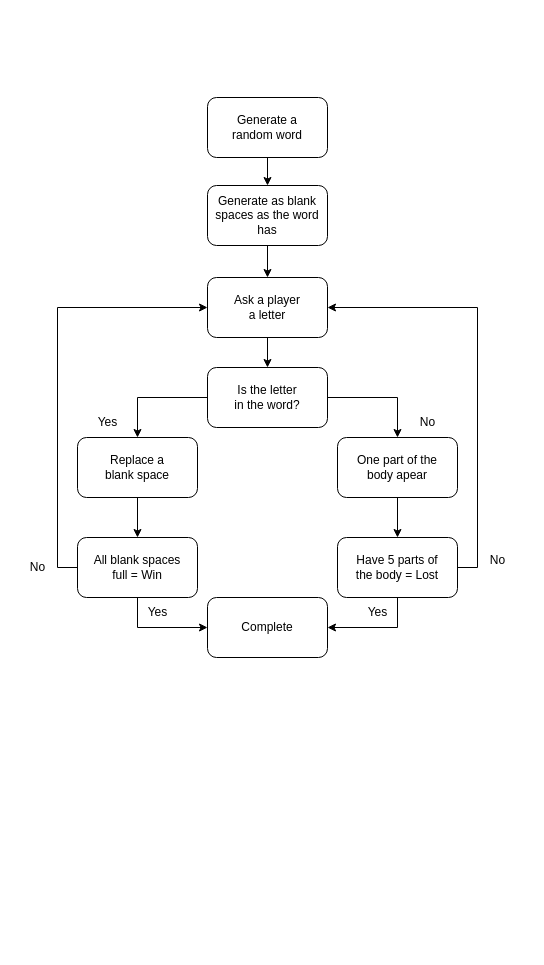
Above: el_ahorcado.drawio in emiliomorles/diagrams.net (draw.io), before the change. Source tidied: cells renumbered, new cells numbered last; positions are measured from the earlier drawing's top-left corner, leaving out a move shared by most shapes. Both pictures are drawn from the tidied source at 100%, with x=0, y=0 at pixel (17, 97).
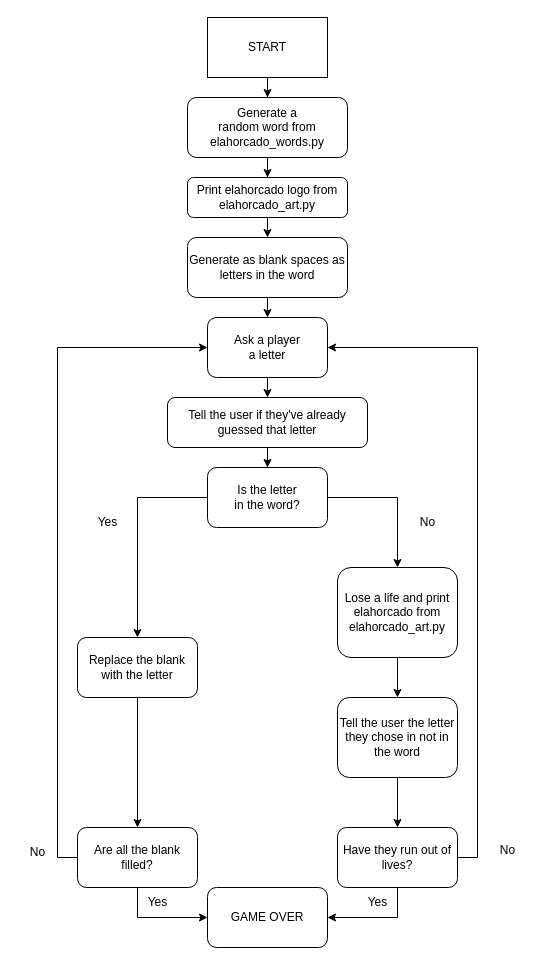
After the change.

Diff of the diagram source:
```diff
@@
-    <mxCell id="3" value="&lt;div&gt;Generate as blank spaces as the word has&lt;/div&gt;" style="rounded=1;whiteSpace=wrap;html=1;" parent="1" vertex="1">
-      <mxGeometry x="190" y="88" width="120" height="60" as="geometry" />
+    <mxCell id="3" value="&lt;div&gt;Generate as blank spaces as letters in the word&lt;/div&gt;" style="rounded=1;whiteSpace=wrap;html=1;" parent="1" vertex="1">
+      <mxGeometry x="170" y="140" width="160" height="60" as="geometry" />
     </mxCell>
-    <mxCell id="4" style="edgeStyle=orthogonalEdgeStyle;rounded=0;jettySize=auto;html=1;exitX=0.5;exitY=1;exitDx=0;exitDy=0;" parent="1" edge="1" source="5" target="10">
-      <mxGeometry relative="1" as="geometry" />
-    </mxCell>
+    <mxCell id="28" style="edgeStyle=orthogonalEdgeStyle;rounded=0;jettySize=auto;html=1;" parent="1" edge="1" source="5" target="36">
+      <mxGeometry relative="1" as="geometry" />
+    </mxCell>
     <mxCell id="5" value="&lt;div&gt;Ask a player&lt;/div&gt;&lt;div&gt;a letter&lt;br&gt;&lt;/div&gt;" style="rounded=1;whiteSpace=wrap;html=1;" parent="1" vertex="1">
-      <mxGeometry x="190" y="180" width="120" height="60" as="geometry" />
+      <mxGeometry x="190" y="220" width="120" height="60" as="geometry" />
     </mxCell>
-    <mxCell id="6" style="edgeStyle=orthogonalEdgeStyle;rounded=0;jettySize=auto;html=1;exitX=0.5;exitY=1;exitDx=0;exitDy=0;entryX=0.5;entryY=0;entryDx=0;entryDy=0;" parent="1" edge="1" source="7" target="3">
-      <mxGeometry relative="1" as="geometry" />
-    </mxCell>
+    <mxCell id="29" style="edgeStyle=orthogonalEdgeStyle;rounded=0;jettySize=auto;html=1;" parent="1" edge="1" source="7" target="34">
+      <mxGeometry relative="1" as="geometry" />
+    </mxCell>
-    <mxCell id="7" value="&lt;div&gt;Generate a&lt;/div&gt;&lt;div&gt;random word&lt;/div&gt;" style="rounded=1;whiteSpace=wrap;html=1;" parent="1" vertex="1">
-      <mxGeometry x="190" width="120" height="60" as="geometry" />
+    <mxCell id="7" value="&lt;div&gt;Generate a&lt;/div&gt;&lt;div&gt;random word from elahorcado_words.py&lt;br&gt;&lt;/div&gt;" style="rounded=1;whiteSpace=wrap;html=1;" parent="1" vertex="1">
+      <mxGeometry x="170" width="160" height="60" as="geometry" />
     </mxCell>
@@
     <mxCell id="10" value="&lt;div&gt;Is the letter&lt;/div&gt;&lt;div&gt;in the word?&lt;br&gt;&lt;/div&gt;" style="rounded=1;whiteSpace=wrap;html=1;" parent="1" vertex="1">
-      <mxGeometry x="190" y="270" width="120" height="60" as="geometry" />
+      <mxGeometry x="190" y="370" width="120" height="60" as="geometry" />
     </mxCell>
@@
-    <mxCell id="12" value="&lt;div&gt;Replace a&lt;/div&gt;&lt;div&gt;blank space&lt;br&gt;&lt;/div&gt;" style="rounded=1;whiteSpace=wrap;html=1;" parent="1" vertex="1">
-      <mxGeometry x="60" y="340" width="120" height="60" as="geometry" />
+    <mxCell id="12" value="&lt;div&gt;Replace the blank&lt;/div&gt;&lt;div&gt;with the letter&lt;/div&gt;" style="rounded=1;whiteSpace=wrap;html=1;" parent="1" vertex="1">
+      <mxGeometry x="60" y="540" width="120" height="60" as="geometry" />
     </mxCell>
-    <mxCell id="13" style="edgeStyle=orthogonalEdgeStyle;rounded=0;jettySize=auto;html=1;" parent="1" edge="1" source="14" target="20">
-      <mxGeometry relative="1" as="geometry" />
-    </mxCell>
+    <mxCell id="30" style="edgeStyle=orthogonalEdgeStyle;rounded=0;jettySize=auto;html=1;" parent="1" edge="1" source="14" target="38">
+      <mxGeometry relative="1" as="geometry" />
+    </mxCell>
-    <mxCell id="14" value="&lt;div&gt;One part of the&lt;/div&gt;&lt;div&gt;body apear&lt;br&gt;&lt;/div&gt;" style="rounded=1;whiteSpace=wrap;html=1;" parent="1" vertex="1">
-      <mxGeometry x="320" y="340" width="120" height="60" as="geometry" />
+    <mxCell id="14" value="Lose a life and print elahorcado from elahorcado_art.py" style="rounded=1;whiteSpace=wrap;html=1;" parent="1" vertex="1">
+      <mxGeometry x="320" y="470" width="120" height="90" as="geometry" />
     </mxCell>
-    <mxCell id="15" value="&lt;div&gt;Complete&lt;/div&gt;" style="rounded=1;whiteSpace=wrap;html=1;" parent="1" vertex="1">
-      <mxGeometry x="190" y="500" width="120" height="60" as="geometry" />
+    <mxCell id="15" value="GAME OVER" style="rounded=1;whiteSpace=wrap;html=1;" parent="1" vertex="1">
+      <mxGeometry x="190" y="790" width="120" height="60" as="geometry" />
     </mxCell>
     <mxCell id="16" value="Yes" style="text;html=1;align=center;verticalAlign=middle;strokeColor=none;fillColor=none;" parent="1" vertex="1">
-      <mxGeometry x="70" y="310" width="40" height="30" as="geometry" />
+      <mxGeometry x="70" y="410" width="40" height="30" as="geometry" />
     </mxCell>
     <mxCell id="17" value="&lt;div&gt;No&lt;/div&gt;" style="text;html=1;align=center;verticalAlign=middle;strokeColor=none;fillColor=none;" parent="1" vertex="1">
-      <mxGeometry x="390" y="310" width="40" height="30" as="geometry" />
+      <mxGeometry x="390" y="410" width="40" height="30" as="geometry" />
     </mxCell>
@@
-    <mxCell id="20" value="&lt;div&gt;Have 5 parts of&lt;/div&gt;&lt;div&gt;the body = Lost&lt;br&gt;&lt;/div&gt;" style="rounded=1;whiteSpace=wrap;html=1;" parent="1" vertex="1">
-      <mxGeometry x="320" y="440" width="120" height="60" as="geometry" />
+    <mxCell id="20" value="Have they run out of lives?" style="rounded=1;whiteSpace=wrap;html=1;" parent="1" vertex="1">
+      <mxGeometry x="320" y="730" width="120" height="60" as="geometry" />
     </mxCell>
@@
-    <mxCell id="23" value="&lt;div&gt;All blank spaces&lt;/div&gt;&lt;div&gt;full = Win&lt;/div&gt;" style="rounded=1;whiteSpace=wrap;html=1;" parent="1" vertex="1">
-      <mxGeometry x="60" y="440" width="120" height="60" as="geometry" />
+    <mxCell id="23" value="Are all the blank filled?" style="rounded=1;whiteSpace=wrap;html=1;" parent="1" vertex="1">
+      <mxGeometry x="60" y="730" width="120" height="60" as="geometry" />
     </mxCell>
     <mxCell id="24" value="Yes" style="text;html=1;align=center;verticalAlign=middle;strokeColor=none;fillColor=none;" parent="1" vertex="1">
-      <mxGeometry x="340" y="500" width="40" height="30" as="geometry" />
+      <mxGeometry x="340" y="790" width="40" height="30" as="geometry" />
     </mxCell>
     <mxCell id="25" value="Yes" style="text;html=1;align=center;verticalAlign=middle;strokeColor=none;fillColor=none;" parent="1" vertex="1">
-      <mxGeometry x="120" y="500" width="40" height="30" as="geometry" />
+      <mxGeometry x="120" y="790" width="40" height="30" as="geometry" />
     </mxCell>
     <mxCell id="26" value="&lt;div&gt;No&lt;/div&gt;&lt;div&gt;&lt;br&gt;&lt;/div&gt;" style="text;html=1;align=center;verticalAlign=middle;strokeColor=none;fillColor=none;" parent="1" vertex="1">
-      <mxGeometry x="460" y="450" width="40" height="40" as="geometry" />
+      <mxGeometry x="470" y="740" width="40" height="40" as="geometry" />
     </mxCell>
     <mxCell id="27" value="&lt;div&gt;No&lt;/div&gt;" style="text;html=1;align=center;verticalAlign=middle;strokeColor=none;fillColor=none;" parent="1" vertex="1">
-      <mxGeometry y="455" width="40" height="30" as="geometry" />
+      <mxGeometry y="740" width="40" height="30" as="geometry" />
     </mxCell>
+    <mxCell id="31" style="edgeStyle=orthogonalEdgeStyle;rounded=0;jettySize=auto;html=1;" parent="1" edge="1" source="32" target="7">
+      <mxGeometry relative="1" as="geometry" />
+    </mxCell>
+    <mxCell id="32" value="START" style="rounded=0;whiteSpace=wrap;html=1;" parent="1" vertex="1">
+      <mxGeometry x="190" y="-80" width="120" height="60" as="geometry" />
+    </mxCell>
+    <mxCell id="33" style="edgeStyle=orthogonalEdgeStyle;rounded=0;jettySize=auto;html=1;exitX=0.5;exitY=1;exitDx=0;exitDy=0;entryX=0.5;entryY=0;entryDx=0;entryDy=0;" parent="1" edge="1" source="34" target="3">
+      <mxGeometry relative="1" as="geometry" />
+    </mxCell>
+    <mxCell id="34" value="&lt;br&gt;&lt;div&gt;Print elahorcado logo from elahorcado_art.py&lt;/div&gt;&lt;div&gt;&lt;br&gt;&lt;/div&gt;" style="rounded=1;whiteSpace=wrap;html=1;" parent="1" vertex="1">
+      <mxGeometry x="170" y="80" width="160" height="40" as="geometry" />
+    </mxCell>
+    <mxCell id="35" style="edgeStyle=orthogonalEdgeStyle;rounded=0;jettySize=auto;html=1;" parent="1" edge="1" source="36" target="10">
+      <mxGeometry relative="1" as="geometry" />
+    </mxCell>
+    <mxCell id="36" value="Tell the user if they've already guessed that letter" style="rounded=1;whiteSpace=wrap;html=1;" parent="1" vertex="1">
+      <mxGeometry x="150" y="300" width="200" height="50" as="geometry" />
+    </mxCell>
+    <mxCell id="37" style="edgeStyle=orthogonalEdgeStyle;rounded=0;jettySize=auto;html=1;exitX=0.5;exitY=1;exitDx=0;exitDy=0;entryX=0.5;entryY=0;entryDx=0;entryDy=0;" parent="1" edge="1" source="38" target="20">
+      <mxGeometry relative="1" as="geometry" />
+    </mxCell>
+    <mxCell id="38" value="Tell the user the letter they chose in not in the word" style="rounded=1;whiteSpace=wrap;html=1;" parent="1" vertex="1">
+      <mxGeometry x="320" y="600" width="120" height="80" as="geometry" />
+    </mxCell>
```
